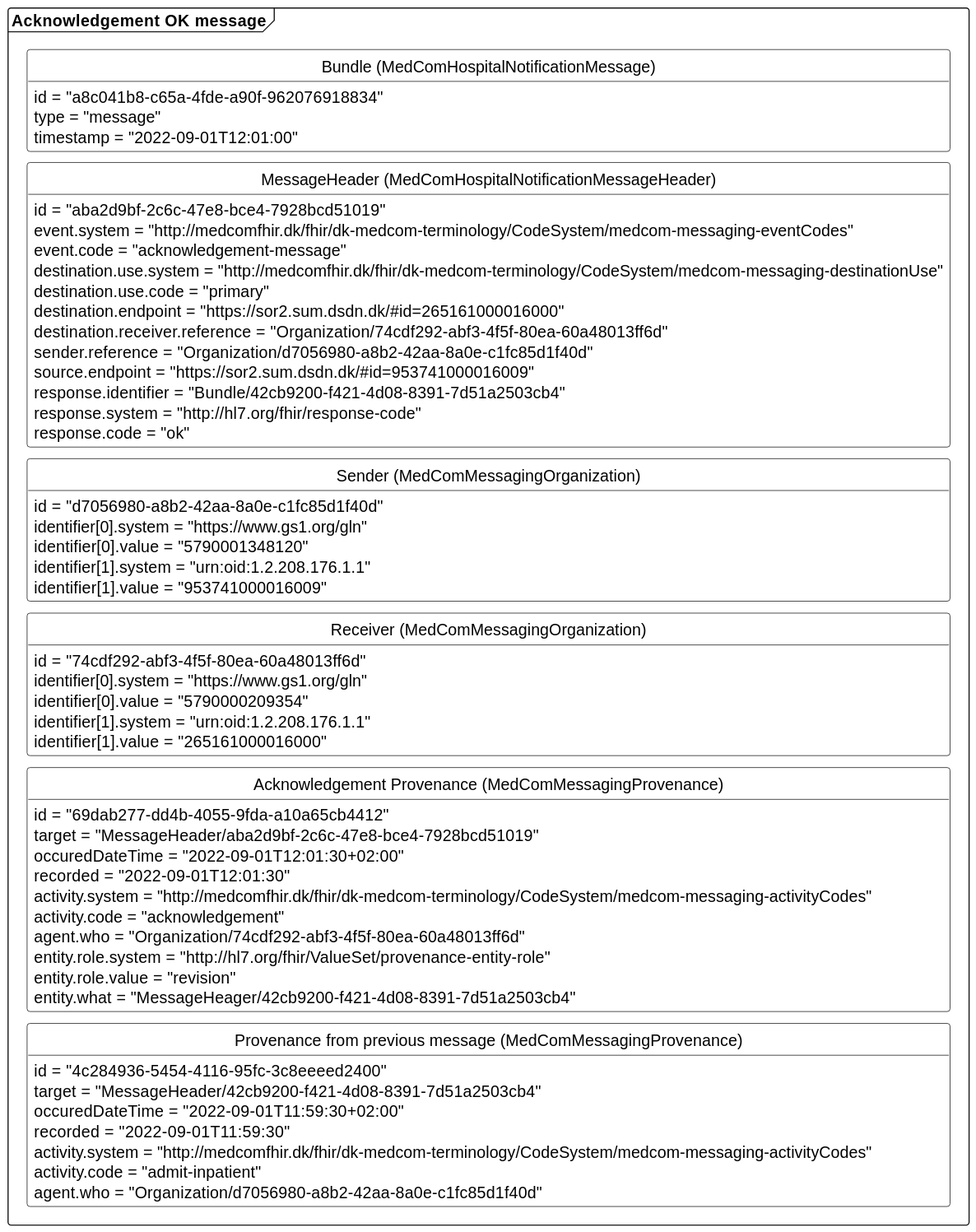
Before: input/images/AcknowledgementOK.svg, a diagram exported from PlantUML (medcomdk/dk-medcom-acknowledgement).
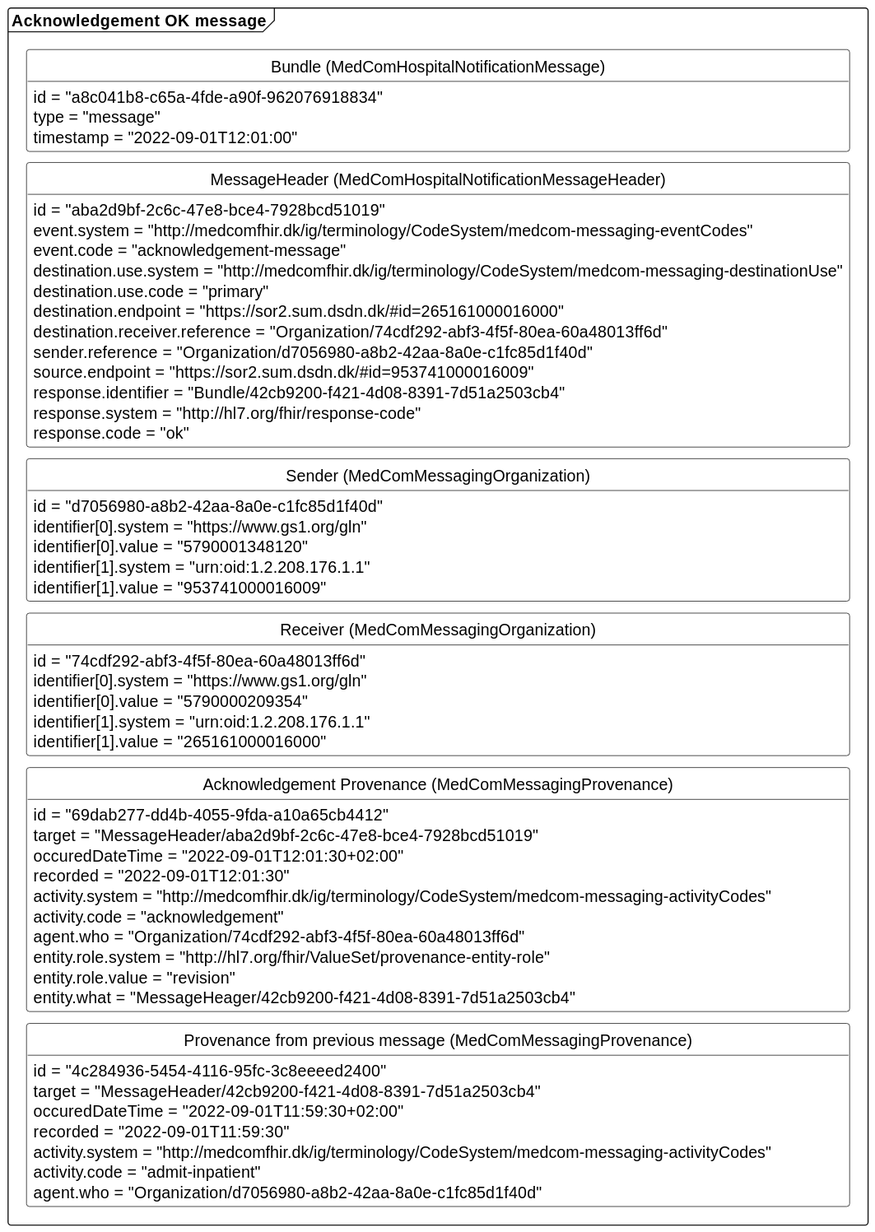
Above is the later version.

Change to the diagram source:
```diff
@@ -19,9 +19,9 @@
     }
     class "MessageHeader (MedComHospitalNotificationMessageHeader)" as ackMH{
         id = "aba2d9bf-2c6c-47e8-bce4-7928bcd51019"
-        event.system = "http://medcomfhir.dk/fhir/dk-medcom-terminology/CodeSystem/medcom-messaging-eventCodes"
+        event.system = "http://medcomfhir.dk/ig/terminology/CodeSystem/medcom-messaging-eventCodes"
         event.code = "acknowledgement-message"
-        destination.use.system = "http://medcomfhir.dk/fhir/dk-medcom-terminology/CodeSystem/medcom-messaging-destinationUse"
+        destination.use.system = "http://medcomfhir.dk/ig/terminology/CodeSystem/medcom-messaging-destinationUse"
         destination.use.code = "primary"
         destination.endpoint = "https://sor2.sum.dsdn.dk/#id=265161000016000"
         destination.receiver.reference = "Organization/74cdf292-abf3-4f5f-80ea-60a48013ff6d"
@@ -50,7 +50,7 @@
         target = "MessageHeader/aba2d9bf-2c6c-47e8-bce4-7928bcd51019"
         occuredDateTime = "2022-09-01T12:01:30+02:00"
         recorded = "2022-09-01T12:01:30"
-        activity.system = "http://medcomfhir.dk/fhir/dk-medcom-terminology/CodeSystem/medcom-messaging-activityCodes"
+        activity.system = "http://medcomfhir.dk/ig/terminology/CodeSystem/medcom-messaging-activityCodes"
         activity.code = "acknowledgement"
         agent.who = "Organization/74cdf292-abf3-4f5f-80ea-60a48013ff6d"
         entity.role.system = "http://hl7.org/fhir/ValueSet/provenance-entity-role"
@@ -62,7 +62,7 @@
         target = "MessageHeader/42cb9200-f421-4d08-8391-7d51a2503cb4"
         occuredDateTime = "2022-09-01T11:59:30+02:00"
         recorded = "2022-09-01T11:59:30"
-        activity.system = "http://medcomfhir.dk/fhir/dk-medcom-terminology/CodeSystem/medcom-messaging-activityCodes"
+        activity.system = "http://medcomfhir.dk/ig/terminology/CodeSystem/medcom-messaging-activityCodes"
         activity.code = "admit-inpatient"
         agent.who = "Organization/d7056980-a8b2-42aa-8a0e-c1fc85d1f40d"
     }
```
